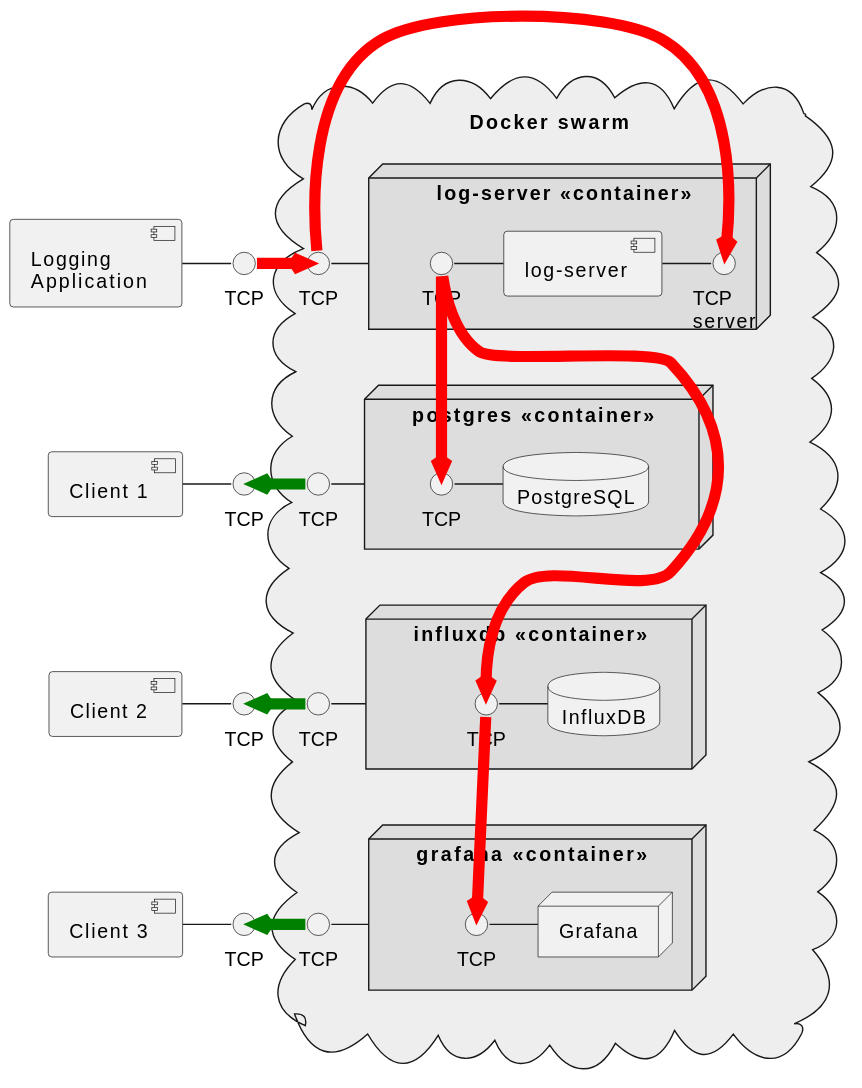
The PlantUML diagram source/app/log_server/doc/diagrams/components.svg in matus-chochlik/eagine-core, before a commit.
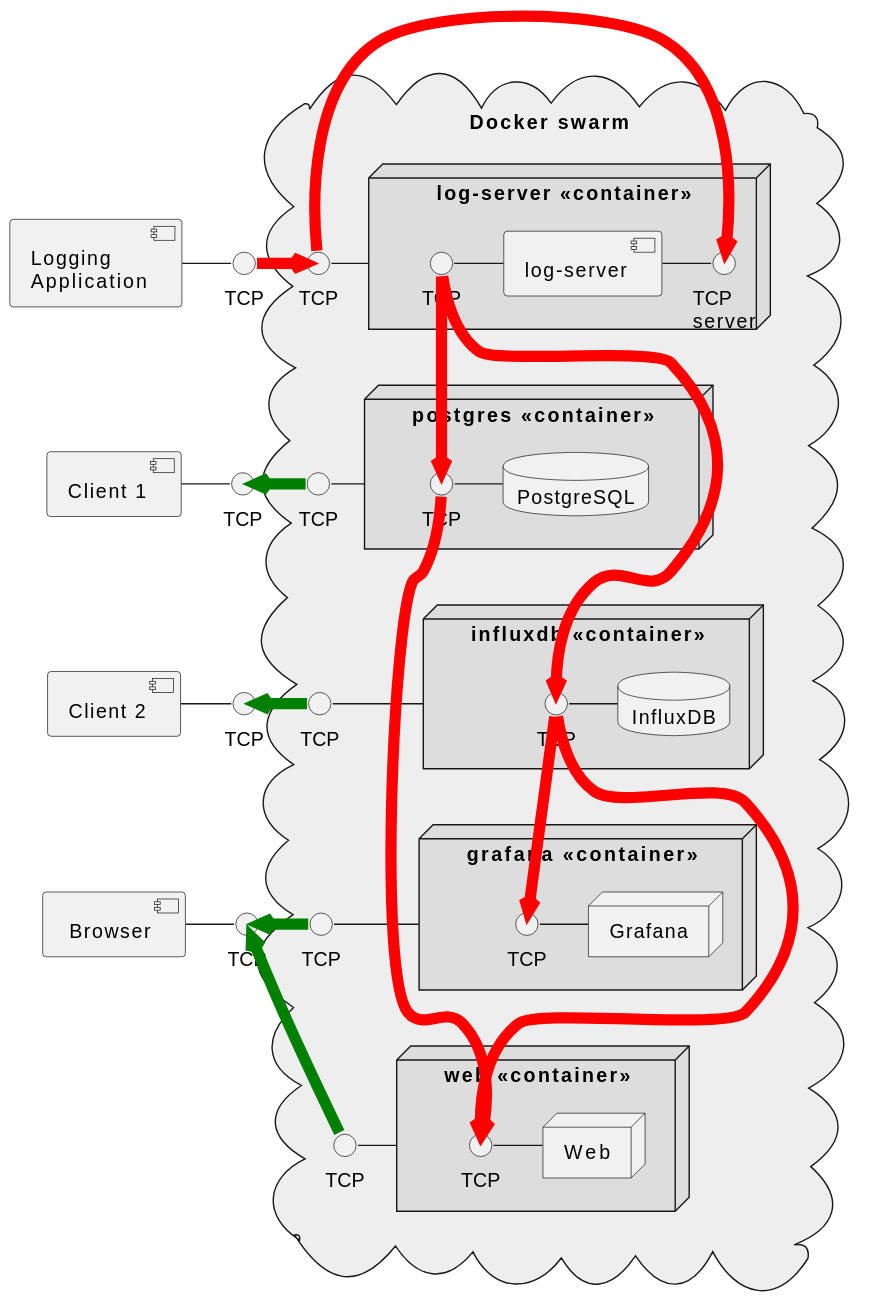
The same file after the commit.

Commit message:
Updated the eagilog server components diagram

What changed in the source:
```diff
@@ -12,7 +12,7 @@
 () "TCP" as client2_tcp
 client2 - client2_tcp
 
-component "Client 3" as client3
+component " Browser" as client3
 () "TCP" as client3_tcp
 client3 - client3_tcp
 
@@ -63,9 +63,22 @@
   grafana_container_tcp - grafana_container
   influxdb_tcp -[thickness=8,#red]> grafana_tcp
 
+  () "TCP" as web_container_tcp
+  node "web <<container>>" as web_container #DDDDDD {
+    () "TCP" as web_tcp
+    node "Web" as web_db {
+    }
+
+    web_tcp - web_db
+  }
+  web_container_tcp - web_container
+  postgres_tcp -[thickness=8,#red]> web_tcp
+  influxdb_tcp -[thickness=8,#red]> web_tcp
+
   log_server_container -[hidden]- postgres_container
   postgres_container -[hidden]- influxdb_container
   influxdb_container -[hidden]- grafana_container
+  grafana_container -[hidden]- web_container
 
 }
 
@@ -78,4 +91,5 @@
 postgres_container_tcp -[thickness=8,#green]> client1_tcp
 influxdb_container_tcp -[thickness=8,#green]> client2_tcp
 grafana_container_tcp  -[thickness=8,#green]> client3_tcp
+client3_tcp <-[thickness=8,#green]- web_container_tcp
 @enduml
```
